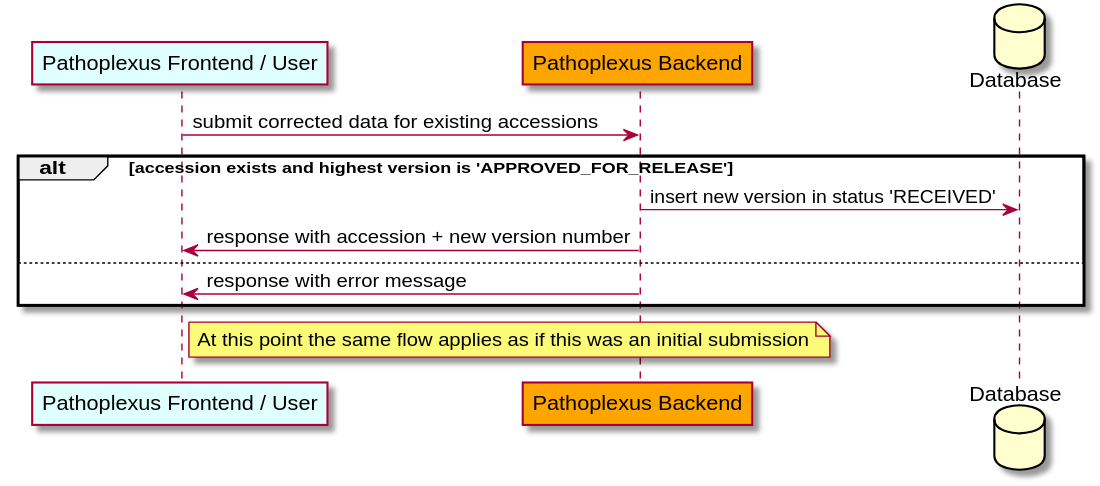
This is backend/docs/plantuml/sequenceRevision.svg from loculus-project/loculus, a PlantUML export, as it was before one commit.
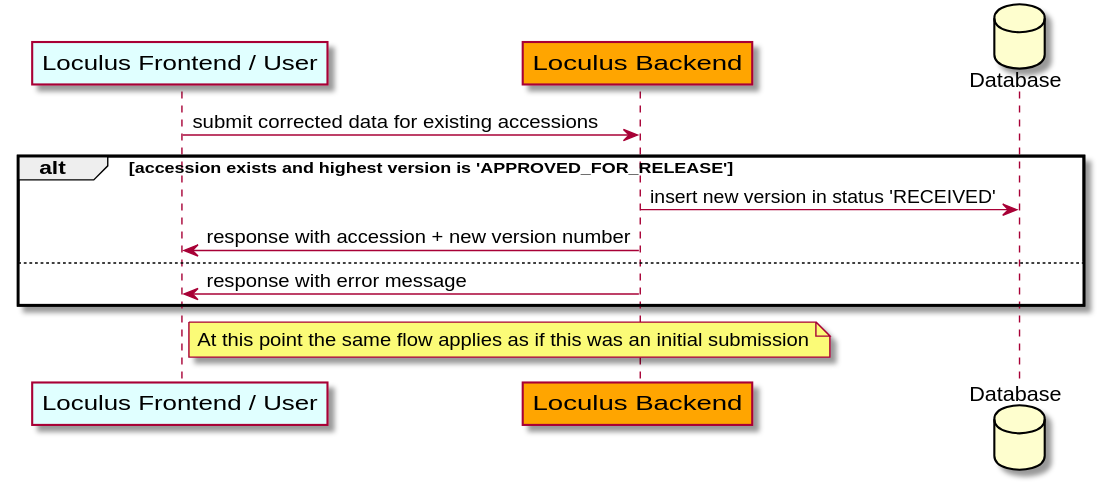
The same diagram one commit later.

The edit, as a diff of the source:
```diff
@@ -1,6 +1,6 @@
 @startuml
-    participant "Pathoplexus Frontend / User" as frontend #LightCyan
-    participant "Pathoplexus Backend" as backend #Orange
+    participant "Loculus Frontend / User" as frontend #LightCyan
+    participant "Loculus Backend" as backend #Orange
     database "Database" as DB
 
 
```
